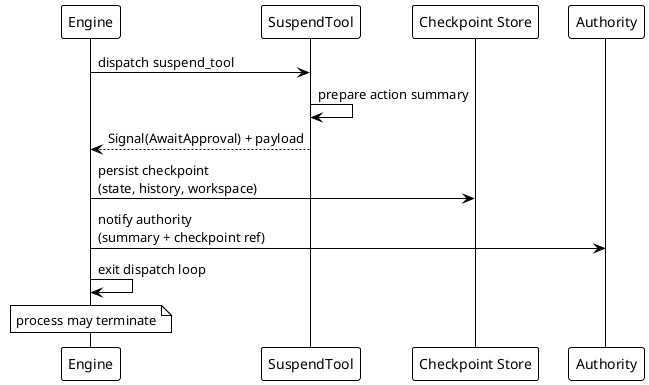
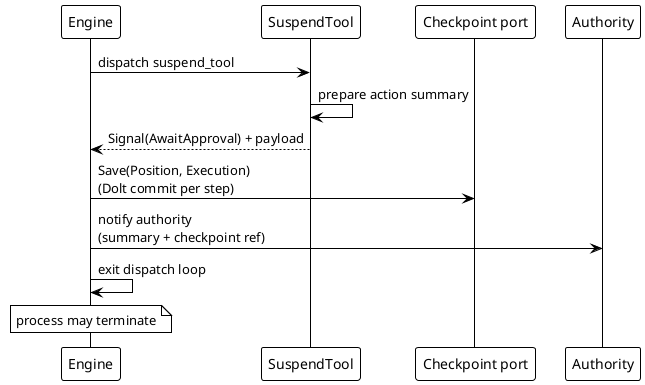
@startuml
!theme plain

participant "Engine" as E
participant "SuspendTool" as S
- participant "Checkpoint Store" as CP
+ participant "Checkpoint port" as CP
participant "Authority" as A

E -> S : dispatch suspend_tool
S -> S : prepare action summary
S --> E : Signal(AwaitApproval) + payload
- E -> CP : persist checkpoint\n(state, history, workspace)
+ E -> CP : Save(Position, Execution)\n(Dolt commit per step)
E -> A : notify authority\n(summary + checkpoint ref)
E -> E : exit dispatch loop
note over E : process may terminate
@enduml
